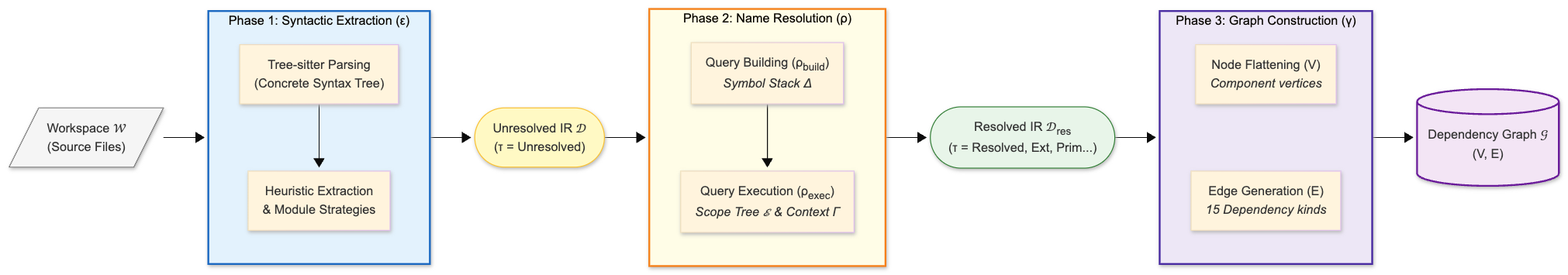
The Mermaid diagram images/analysis_process/pipeline_detailed.png in FerrarioChristian/master-thesis, before a commit. Its source is kept beside it as images/analysis_process/pipeline_detailed.mmd.
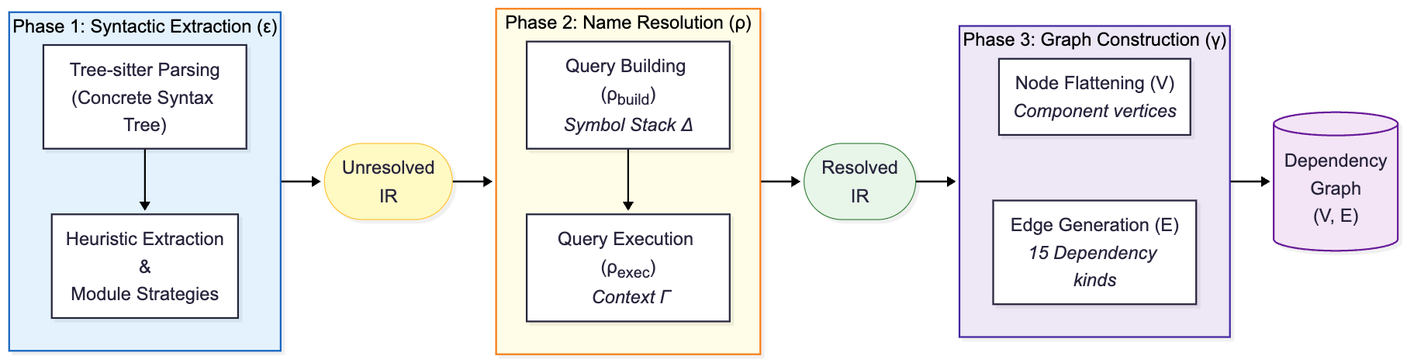
Later version of the same file.

The edit, as a diff of the source:
```diff
@@ -1,20 +1,25 @@
+%%{init: {
+    'flowchart': {
+    'rankSpacing': 50
+  },
+  'themeVariables': {'fontSize': '21px'}
+}}%%
 flowchart LR
-    W[/"Workspace &Wscr;<br/>(Source Files)"/]
-    D(["Unresolved IR &Dscr;<br/>(&tau; = Unresolved)"])
-    D_res(["Resolved IR &Dscr;<sub>res</sub><br/>(&tau; = Resolved, Ext, Prim...)"])
-    G[("Dependency Graph &Gscr;<br/>(V, E)")]
+    D(["Unresolved<br/>IR"])
+    D_res(["Resolved<br/>IR"])
+    G[("Dependency <br/>Graph <br/>(V, E)")]
 
     subgraph P1["Phase 1: Syntactic Extraction (&epsilon;)"]
         direction TB
         TS["Tree-sitter Parsing<br/>(Concrete Syntax Tree)"]
-        HE["Heuristic Extraction<br/>& Module Strategies"]
+        HE["Heuristic Extraction<br/>& <br/>Module Strategies"]
         TS --> HE
     end
 
     subgraph P2["Phase 2: Name Resolution (&rho;)"]
         direction TB
         QB["Query Building (&rho;<sub>build</sub>)<br/><i>Symbol Stack &Delta;</i>"]
-        QE["Query Execution (&rho;<sub>exec</sub>)<br/><i>Scope Tree &Escr; & Context &Gamma;</i>"]
+        QE["Query Execution (&rho;<sub>exec</sub>)<br/><i> Context &Gamma;</i>"]
         QB --> QE
     end
 
@@ -25,14 +30,12 @@
         NF ~~~ EG
     end
 
-    W --> P1
     P1 --> D
     D --> P2
     P2 --> D_res
     D_res --> P3
     P3 --> G
 
-    style W fill:#f5f5f5,stroke:#757575,stroke-width:1px
     style D fill:#fff9c4,stroke:#fbc02d,stroke-width:1px
     style D_res fill:#e8f5e9,stroke:#2e7d32,stroke-width:1px
     style G fill:#f3e5f5,stroke:#6a1b9a,stroke-width:2px
```
